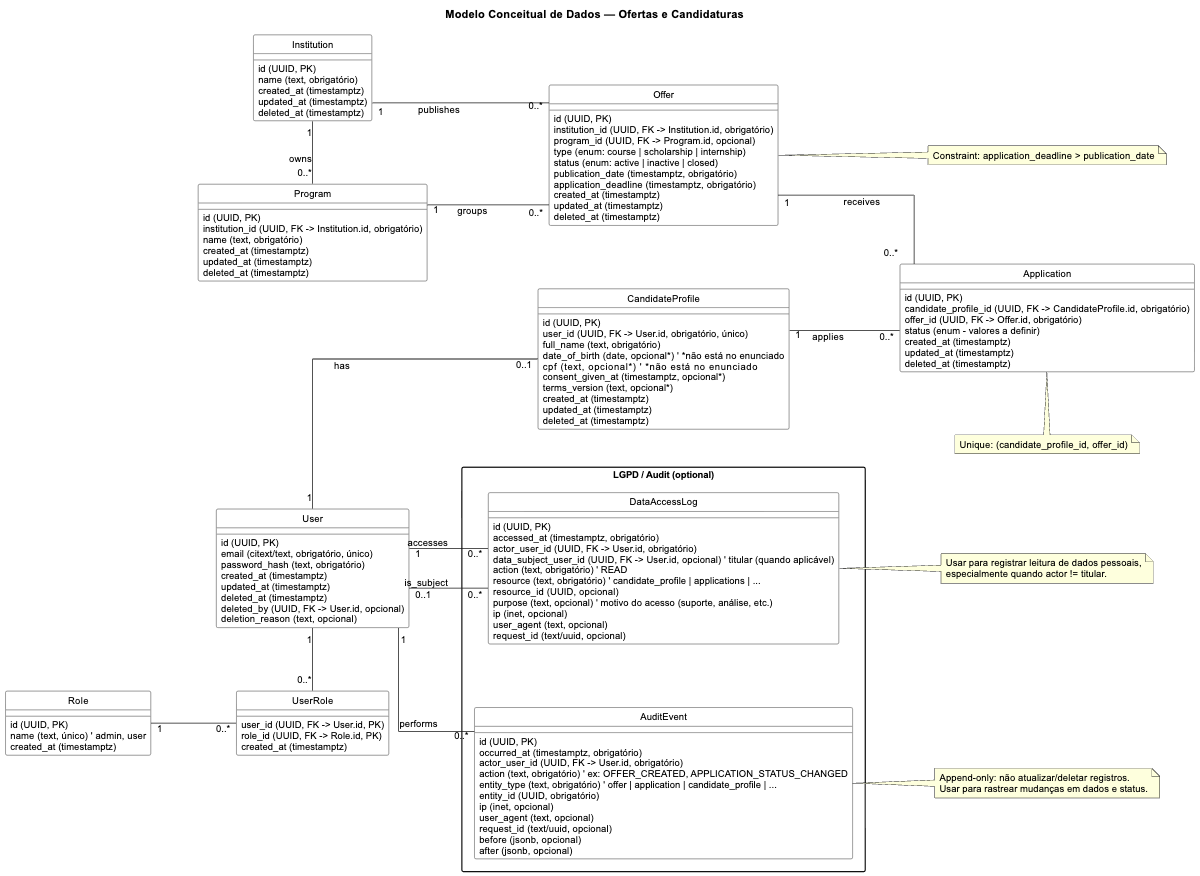
Earlier version of the PlantUML export docs/architecture/diagrams/concept_data_model.png (HitaloNasc/v-lab-tech-lead-test). Its source is kept beside it as docs/architecture/diagrams/concept_data_model.puml.
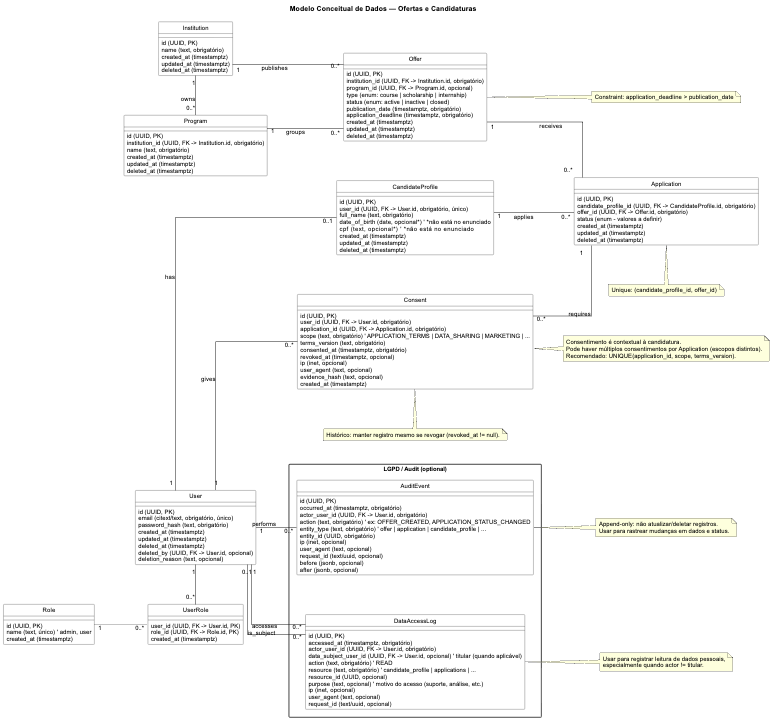
The same file after the commit.

The edit, as a diff of the source:
```diff
@@ -76,8 +76,6 @@
   full_name (text, obrigatório)
   date_of_birth (date, opcional*)  ' *não está no enunciado
   cpf (text, opcional*)           ' *não está no enunciado
-  consent_given_at (timestamptz, opcional*)
-  terms_version (text, opcional*)
   created_at (timestamptz)
   updated_at (timestamptz)
   deleted_at (timestamptz)
@@ -91,6 +89,21 @@
   created_at (timestamptz)
   updated_at (timestamptz)
   deleted_at (timestamptz)
+}
+
+
+class Consent {
+  id (UUID, PK)
+  user_id (UUID, FK -> User.id, obrigatório)
+  application_id (UUID, FK -> Application.id, obrigatório)
+  scope (text, obrigatório) ' APPLICATION_TERMS | DATA_SHARING | MARKETING | ...
+  terms_version (text, obrigatório)
+  consented_at (timestamptz, obrigatório)
+  revoked_at (timestamptz, opcional)
+  ip (inet, opcional)
+  user_agent (text, opcional)
+  evidence_hash (text, opcional)
+  created_at (timestamptz)
 }
 
 
@@ -137,9 +150,13 @@
 CandidateProfile "1" -- "0..*" Application : applies
 Offer "1" -- "0..*" Application : receives
 
-User "1" -- "0..*" AuditEvent : performs
+User "1" -- "0..*" Consent : gives
+Application "1" -left- "0..*" Consent : requires
+
+User "1" -right- "0..*" AuditEvent : performs
 User "1" -- "0..*" DataAccessLog : accesses
 User "0..1" -- "0..*" DataAccessLog : is_subject
+
 
 note bottom of Application
   Unique: (candidate_profile_id, offer_id)
@@ -147,6 +164,16 @@
 
 note right of Offer
   Constraint: application_deadline > publication_date
+end note
+
+note right of Consent
+  Consentimento é contextual à candidatura.
+  Pode haver múltiplos consentimentos por Application (escopos distintos).
+  Recomendado: UNIQUE(application_id, scope, terms_version).
+end note
+
+note bottom of Consent
+  Histórico: manter registro mesmo se revogar (revoked_at != null).
 end note
 
 note right of AuditEvent
```
